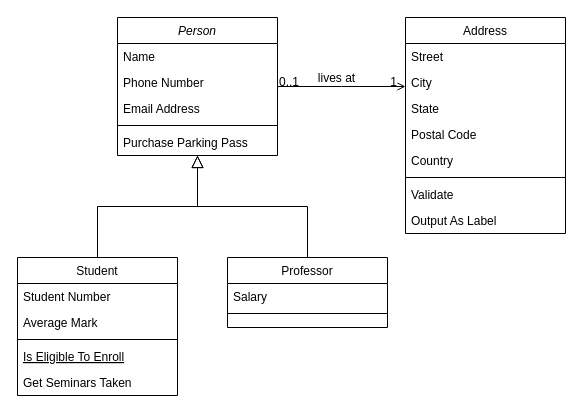
This is Untitled Diagram.drawio from e1708vesna/e1708vesna, a draw.io file, before an edit. Source tidied: cells renumbered, new cells numbered last; positions are measured from the earlier drawing's top-left corner, leaving out a move shared by most shapes. Both pictures are drawn from the tidied source at 100%, with x=0, y=0 at pixel (17, 17).
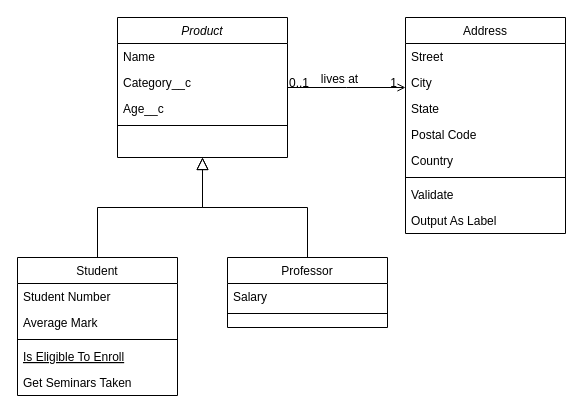
After the change.

Diff of the diagram source:
```diff
@@
-    <mxCell id="2" value="Person" style="swimlane;fontStyle=2;align=center;verticalAlign=top;horizontal=1;startSize=26;rounded=0;shadow=0;strokeWidth=1;" parent="1" vertex="1">
-      <mxGeometry x="100" width="160" height="138" as="geometry" />
+    <mxCell id="2" value="Product" style="swimlane;fontStyle=2;align=center;verticalAlign=top;horizontal=1;startSize=26;rounded=0;shadow=0;strokeWidth=1;" parent="1" vertex="1">
+      <mxGeometry x="100" width="170" height="140" as="geometry" />
     </mxCell>
     <mxCell id="3" value="Name" style="text;align=left;verticalAlign=top;spacingLeft=4;spacingRight=4;overflow=hidden;" parent="2" vertex="1">
-      <mxGeometry y="26" width="160" height="26" as="geometry" />
+      <mxGeometry y="26" width="170" height="26" as="geometry" />
     </mxCell>
-    <mxCell id="4" value="Phone Number" style="text;align=left;verticalAlign=top;spacingLeft=4;spacingRight=4;overflow=hidden;rounded=0;shadow=0;html=0;" parent="2" vertex="1">
-      <mxGeometry y="52" width="160" height="26" as="geometry" />
+    <mxCell id="4" value="Category__c" style="text;align=left;verticalAlign=top;spacingLeft=4;spacingRight=4;overflow=hidden;rounded=0;shadow=0;html=0;" parent="2" vertex="1">
+      <mxGeometry y="52" width="170" height="26" as="geometry" />
     </mxCell>
-    <mxCell id="5" value="Email Address" style="text;align=left;verticalAlign=top;spacingLeft=4;spacingRight=4;overflow=hidden;rounded=0;shadow=0;html=0;" parent="2" vertex="1">
-      <mxGeometry y="78" width="160" height="26" as="geometry" />
+    <mxCell id="5" value="Age__c" style="text;align=left;verticalAlign=top;spacingLeft=4;spacingRight=4;overflow=hidden;rounded=0;shadow=0;html=0;" parent="2" vertex="1">
+      <mxGeometry y="78" width="170" height="26" as="geometry" />
     </mxCell>
     <mxCell id="6" style="line;html=1;strokeWidth=1;align=left;verticalAlign=middle;spacingTop=-1;spacingLeft=3;spacingRight=3;labelPosition=right;" parent="2" vertex="1">
-      <mxGeometry y="104" width="160" height="8" as="geometry" />
+      <mxGeometry y="104" width="170" height="8" as="geometry" />
     </mxCell>
-    <mxCell id="7" value="Purchase Parking Pass" style="text;align=left;verticalAlign=top;spacingLeft=4;spacingRight=4;overflow=hidden;" parent="2" vertex="1">
-      <mxGeometry y="112" width="160" height="26" as="geometry" />
-    </mxCell>
```
